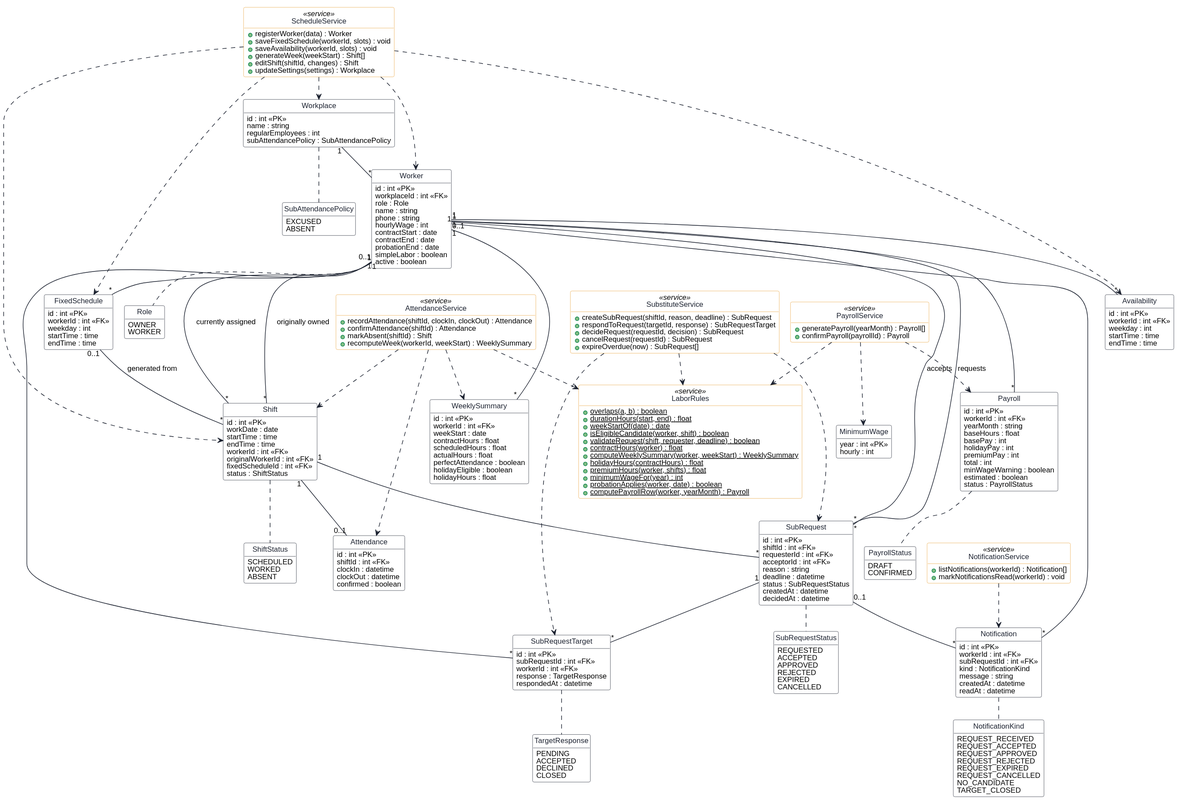
Before: uml/class.svg, a diagram exported from PlantUML (keemlogan/shiftswap). The source it was exported from:
```plantuml
@startuml
!pragma layout smetana
skinparam defaultFontName "Helvetica"
skinparam defaultFontSize 12
skinparam shadowing false
skinparam backgroundColor #FFFFFF
skinparam classFontColor #1C2230
skinparam class {
  BackgroundColor #FFFFFF
  BorderColor #1C2230
  ArrowColor #1C2230
}
skinparam class<<service>> {
  BackgroundColor #FFFFFF
  BorderColor #E9A23B
}
hide circle
hide empty members

enum Role {
  OWNER
  WORKER
}
enum SubAttendancePolicy {
  EXCUSED
  ABSENT
}
enum ShiftStatus {
  SCHEDULED
  WORKED
  ABSENT
}
enum SubRequestStatus {
  REQUESTED
  ACCEPTED
  APPROVED
  REJECTED
  EXPIRED
  CANCELLED
}
enum TargetResponse {
  PENDING
  ACCEPTED
  DECLINED
  CLOSED
}
enum PayrollStatus {
  DRAFT
  CONFIRMED
}
enum NotificationKind {
  REQUEST_RECEIVED
  REQUEST_ACCEPTED
  REQUEST_APPROVED
  REQUEST_REJECTED
  REQUEST_EXPIRED
  REQUEST_CANCELLED
  NO_CANDIDATE
  TARGET_CLOSED
}

class Workplace {
  id : int <<PK>>
  name : string
  regularEmployees : int
  subAttendancePolicy : SubAttendancePolicy
}

class Worker {
  id : int <<PK>>
  workplaceId : int <<FK>>
  role : Role
  name : string
  phone : string
  hourlyWage : int
  contractStart : date
  contractEnd : date
  probationEnd : date
  simpleLabor : boolean
  active : boolean
}

class FixedSchedule {
  id : int <<PK>>
  workerId : int <<FK>>
  weekday : int
  startTime : time
  endTime : time
}

class Availability {
  id : int <<PK>>
  workerId : int <<FK>>
  weekday : int
  startTime : time
  endTime : time
}

class Shift {
  id : int <<PK>>
  workDate : date
  startTime : time
  endTime : time
  workerId : int <<FK>>
  originalWorkerId : int <<FK>>
  fixedScheduleId : int <<FK>>
  status : ShiftStatus
}

class SubRequest {
  id : int <<PK>>
  shiftId : int <<FK>>
  requesterId : int <<FK>>
  acceptorId : int <<FK>>
  reason : string
  deadline : datetime
  status : SubRequestStatus
  createdAt : datetime
  decidedAt : datetime
}

class SubRequestTarget {
  id : int <<PK>>
  subRequestId : int <<FK>>
  workerId : int <<FK>>
  response : TargetResponse
  respondedAt : datetime
}

class Attendance {
  id : int <<PK>>
  shiftId : int <<FK>>
  clockIn : datetime
  clockOut : datetime
  confirmed : boolean
}

class WeeklySummary {
  id : int <<PK>>
  workerId : int <<FK>>
  weekStart : date
  contractHours : float
  scheduledHours : float
  actualHours : float
  perfectAttendance : boolean
  holidayEligible : boolean
  holidayHours : float
}

class Payroll {
  id : int <<PK>>
  workerId : int <<FK>>
  yearMonth : string
  baseHours : float
  basePay : int
  holidayPay : int
  premiumPay : int
  total : int
  minWageWarning : boolean
  estimated : boolean
  status : PayrollStatus
}

class MinimumWage {
  year : int <<PK>>
  hourly : int
}

class Notification {
  id : int <<PK>>
  workerId : int <<FK>>
  subRequestId : int <<FK>>
  kind : NotificationKind
  message : string
  createdAt : datetime
  readAt : datetime
}

class ScheduleService <<service>> {
  +registerWorker(data) : Worker
  +saveFixedSchedule(workerId, slots) : void
  +saveAvailability(workerId, slots) : void
  +generateWeek(weekStart) : Shift[]
  +editShift(shiftId, changes) : Shift
  +updateSettings(settings) : Workplace
}

class SubstituteService <<service>> {
  +createSubRequest(shiftId, reason, deadline) : SubRequest
  +respondToRequest(targetId, response) : SubRequestTarget
  +decideRequest(requestId, decision) : SubRequest
  +cancelRequest(requestId) : SubRequest
  +expireOverdue(now) : SubRequest[]
}

class AttendanceService <<service>> {
  +recordAttendance(shiftId, clockIn, clockOut) : Attendance
  +confirmAttendance(shiftId) : Attendance
  +markAbsent(shiftId) : Shift
  +recomputeWeek(workerId, weekStart) : WeeklySummary
}

class PayrollService <<service>> {
  +generatePayroll(yearMonth) : Payroll[]
  +confirmPayroll(payrollId) : Payroll
}

class NotificationService <<service>> {
  +listNotifications(workerId) : Notification[]
  +markNotificationsRead(workerId) : void
}

class LaborRules <<service>> {
  +{static} overlaps(a, b) : boolean
  +{static} durationHours(start, end) : float
  +{static} weekStartOf(date) : date
  +{static} isEligibleCandidate(worker, shift) : boolean
  +{static} validateRequest(shift, requester, deadline) : boolean
  +{static} contractHours(worker) : float
  +{static} computeWeeklySummary(worker, weekStart) : WeeklySummary
  +{static} holidayHours(contractHours) : float
  +{static} premiumHours(worker, shifts) : float
  +{static} minimumWageFor(year) : int
  +{static} probationApplies(worker, date) : boolean
  +{static} computePayrollRow(worker, yearMonth) : Payroll
}

Workplace "1" -- "*" Worker
Worker "1" -- "*" FixedSchedule
Worker "1" -- "*" Availability
Worker "1" -- "*" Shift : currently assigned >
Worker "0..1" -- "*" Shift : originally owned >
FixedSchedule "0..1" -- "*" Shift : generated from >
Shift "1" -- "*" SubRequest
Worker "1" -- "*" SubRequest : requests >
Worker "0..1" -- "*" SubRequest : accepts >
SubRequest "1" -- "*" SubRequestTarget
Worker "1" -- "*" SubRequestTarget
Shift "1" -- "0..1" Attendance
Worker "1" -- "*" WeeklySummary
Worker "1" -- "*" Payroll
Worker "1" -- "*" Notification
SubRequest "0..1" -- "*" Notification

Worker::role .. Role
Workplace::subAttendancePolicy .. SubAttendancePolicy
Shift::status .. ShiftStatus
SubRequest::status .. SubRequestStatus
SubRequestTarget::response .. TargetResponse
Payroll::status .. PayrollStatus
Notification::kind .. NotificationKind

ScheduleService ..> Worker
ScheduleService ..> FixedSchedule
ScheduleService ..> Availability
ScheduleService ..> Shift
ScheduleService ..> Workplace
SubstituteService ..> SubRequest
SubstituteService ..> SubRequestTarget
SubstituteService ..> LaborRules
AttendanceService ..> Attendance
AttendanceService ..> Shift
AttendanceService ..> WeeklySummary
AttendanceService ..> LaborRules
PayrollService ..> Payroll
PayrollService ..> MinimumWage
PayrollService ..> LaborRules
NotificationService ..> Notification
@enduml
```
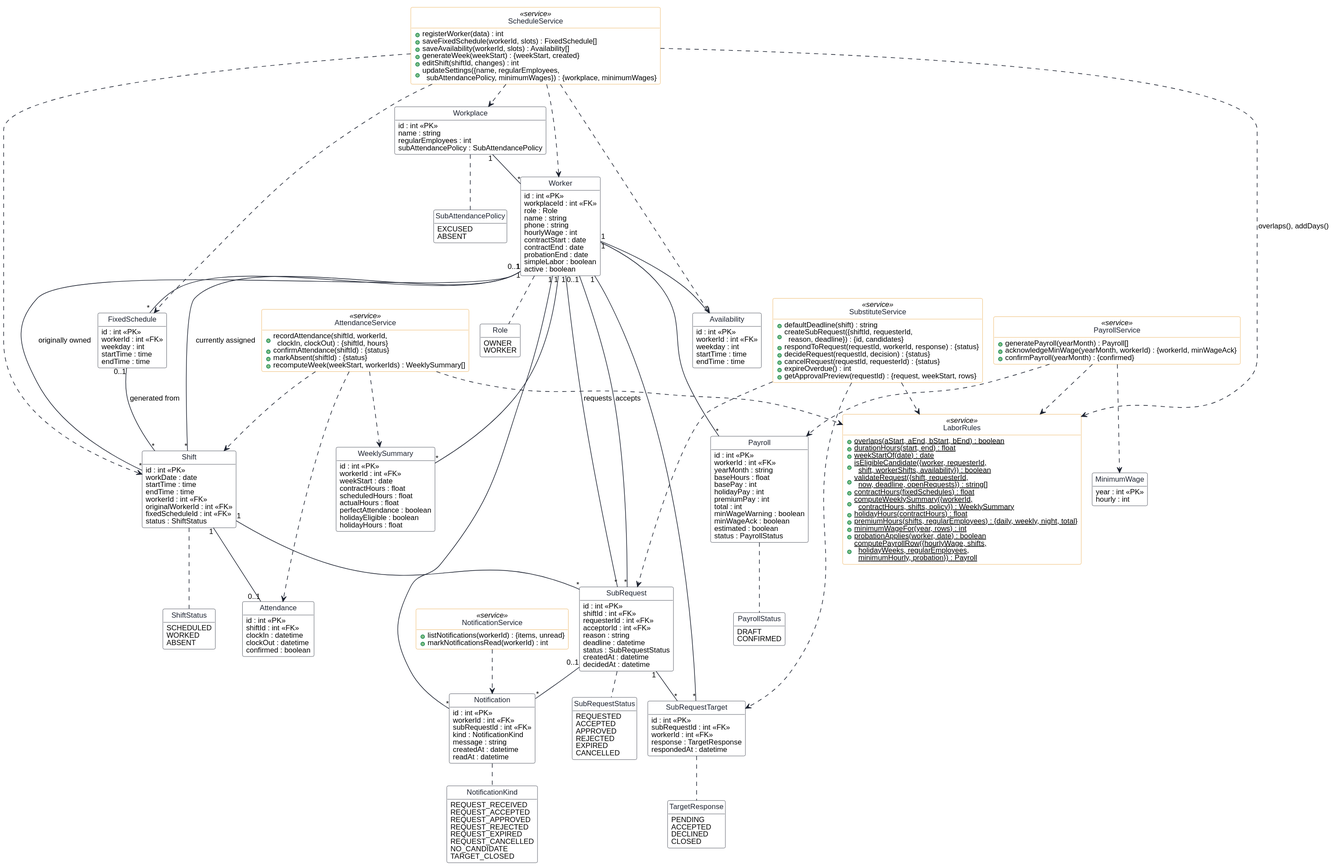
Later version of the same file.

Diff of the diagram source:
```diff
@@ -157,6 +157,7 @@
   premiumPay : int
   total : int
   minWageWarning : boolean
+  minWageAck : boolean
   estimated : boolean
   status : PayrollStatus
 }
@@ -177,52 +178,55 @@
 }
 
 class ScheduleService <<service>> {
-  +registerWorker(data) : Worker
-  +saveFixedSchedule(workerId, slots) : void
-  +saveAvailability(workerId, slots) : void
-  +generateWeek(weekStart) : Shift[]
-  +editShift(shiftId, changes) : Shift
-  +updateSettings(settings) : Workplace
+  +registerWorker(data) : int
+  +saveFixedSchedule(workerId, slots) : FixedSchedule[]
+  +saveAvailability(workerId, slots) : Availability[]
+  +generateWeek(weekStart) : {weekStart, created}
+  +editShift(shiftId, changes) : int
+  +updateSettings({name, regularEmployees,\n  subAttendancePolicy, minimumWages}) : {workplace, minimumWages}
 }
 
 class SubstituteService <<service>> {
-  +createSubRequest(shiftId, reason, deadline) : SubRequest
-  +respondToRequest(targetId, response) : SubRequestTarget
-  +decideRequest(requestId, decision) : SubRequest
-  +cancelRequest(requestId) : SubRequest
-  +expireOverdue(now) : SubRequest[]
+  +defaultDeadline(shift) : string
+  +createSubRequest({shiftId, requesterId,\n  reason, deadline}) : {id, candidates}
+  +respondToRequest(requestId, workerId, response) : {status}
+  +decideRequest(requestId, decision) : {status}
+  +cancelRequest(requestId, requesterId) : {status}
+  +expireOverdue() : int
+  +getApprovalPreview(requestId) : {request, weekStart, rows}
 }
 
 class AttendanceService <<service>> {
-  +recordAttendance(shiftId, clockIn, clockOut) : Attendance
-  +confirmAttendance(shiftId) : Attendance
-  +markAbsent(shiftId) : Shift
-  +recomputeWeek(workerId, weekStart) : WeeklySummary
+  +recordAttendance(shiftId, workerId,\n  clockIn, clockOut) : {shiftId, hours}
+  +confirmAttendance(shiftId) : {status}
+  +markAbsent(shiftId) : {status}
+  +recomputeWeek(weekStart, workerIds) : WeeklySummary[]
 }
 
 class PayrollService <<service>> {
   +generatePayroll(yearMonth) : Payroll[]
-  +confirmPayroll(payrollId) : Payroll
+  +acknowledgeMinWage(yearMonth, workerId) : {workerId, minWageAck}
+  +confirmPayroll(yearMonth) : {confirmed}
 }
 
 class NotificationService <<service>> {
-  +listNotifications(workerId) : Notification[]
-  +markNotificationsRead(workerId) : void
+  +listNotifications(workerId) : {items, unread}
+  +markNotificationsRead(workerId) : int
 }
 
 class LaborRules <<service>> {
-  +{static} overlaps(a, b) : boolean
+  +{static} overlaps(aStart, aEnd, bStart, bEnd) : boolean
   +{static} durationHours(start, end) : float
   +{static} weekStartOf(date) : date
-  +{static} isEligibleCandidate(worker, shift) : boolean
-  +{static} validateRequest(shift, requester, deadline) : boolean
-  +{static} contractHours(worker) : float
-  +{static} computeWeeklySummary(worker, weekStart) : WeeklySummary
+  +{static} isEligibleCandidate({worker, requesterId,\n  shift, workerShifts, availability}) : boolean
+  +{static} validateRequest({shift, requesterId,\n  now, deadline, openRequests}) : string[]
+  +{static} contractHours(fixedSchedules) : float
+  +{static} computeWeeklySummary({workerId,\n  contractHours, shifts, policy}) : WeeklySummary
   +{static} holidayHours(contractHours) : float
-  +{static} premiumHours(worker, shifts) : float
-  +{static} minimumWageFor(year) : int
+  +{static} premiumHours(shifts, regularEmployees) : {daily, weekly, night, total}
+  +{static} minimumWageFor(year, rows) : int
   +{static} probationApplies(worker, date) : boolean
-  +{static} computePayrollRow(worker, yearMonth) : Payroll
+  +{static} computePayrollRow({hourlyWage, shifts,\n  holidayWeeks, regularEmployees,\n  minimumHourly, probation}) : Payroll
 }
 
 Workplace "1" -- "*" Worker
@@ -255,6 +259,7 @@
 ScheduleService ..> Availability
 ScheduleService ..> Shift
 ScheduleService ..> Workplace
+ScheduleService ..> LaborRules : overlaps(), addDays()
 SubstituteService ..> SubRequest
 SubstituteService ..> SubRequestTarget
 SubstituteService ..> LaborRules
```
